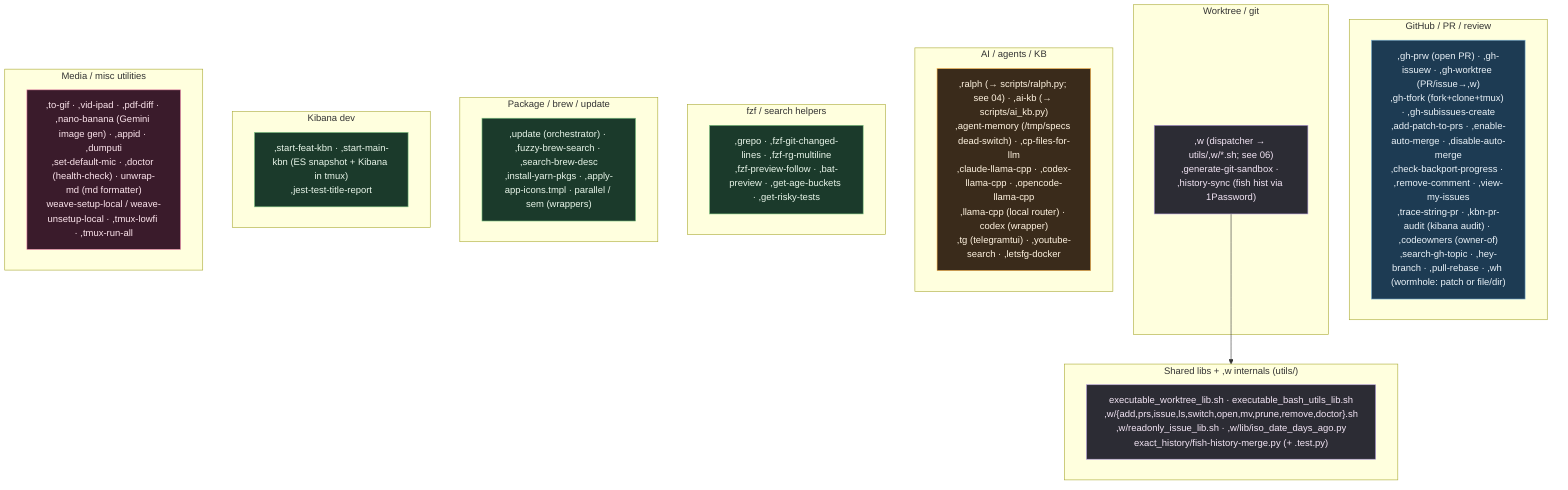
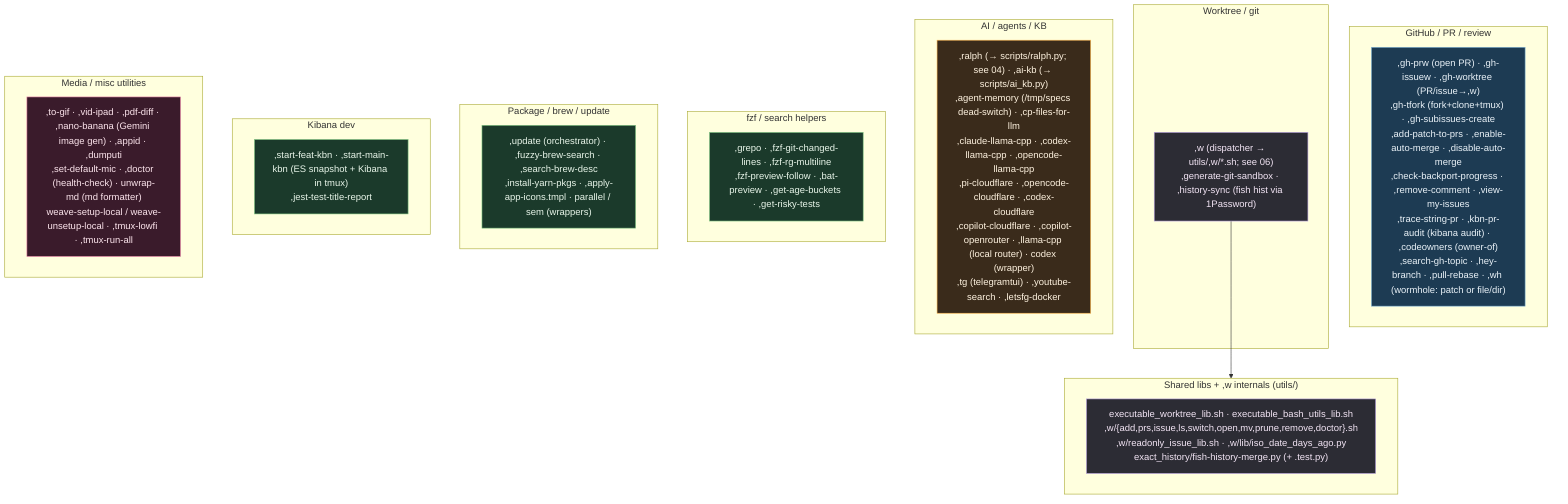
%% ============================================================================
- %% 07c-bin-commands.mmd — Every script in home/exact_bin/ (80 incl. utils).
+ %% 07c-bin-commands.mmd — Every script in home/exact_bin/ (85 incl. utils).
%% executable_,* → ~/bin/,* (comma-prefixed user commands). verify-bin-surface
%% keeps each command covered by fish completions, docs, and this catalog.
%% ============================================================================
flowchart TB
    classDef gh fill:#1d3b53,stroke:#7fb3d5,color:#eaf2f8;
    classDef wt fill:#2c2c34,stroke:#b39ddb,color:#f3e5f5;
    classDef ai fill:#3a2b1b,stroke:#ffb74d,color:#fff3e0;
    classDef media fill:#3a1b2b,stroke:#f48fb1,color:#fce4ec;
    classDef sys fill:#1b3a2b,stroke:#81c784,color:#e8f5e9;

    subgraph GHC["GitHub / PR / review"]
        G[",gh-prw (open PR) · ,gh-issuew · ,gh-worktree (PR/issue→,w)<br/>,gh-tfork (fork+clone+tmux) · ,gh-subissues-create<br/>,add-patch-to-prs · ,enable-auto-merge · ,disable-auto-merge<br/>,check-backport-progress · ,remove-comment · ,view-my-issues<br/>,trace-string-pr · ,kbn-pr-audit (kibana audit) · ,codeowners (owner-of)<br/>,search-gh-topic · ,hey-branch · ,pull-rebase · ,wh (wormhole: patch or file/dir)"]:::gh
    end

    subgraph WTC["Worktree / git"]
        W[",w (dispatcher → utils/,w/*.sh; see 06)<br/>,generate-git-sandbox · ,history-sync (fish hist via 1Password)"]:::wt
    end

    subgraph AIC["AI / agents / KB"]
-         A[",ralph (→ scripts/ralph.py; see 04) · ,ai-kb (→ scripts/ai_kb.py)<br/>,agent-memory (/tmp/specs dead-switch) · ,cp-files-for-llm<br/>,claude-llama-cpp · ,codex-llama-cpp · ,opencode-llama-cpp<br/>,llama-cpp (local router) · codex (wrapper)<br/>,tg (telegramtui) · ,youtube-search · ,letsfg-docker"]:::ai
+         A[",ralph (→ scripts/ralph.py; see 04) · ,ai-kb (→ scripts/ai_kb.py)<br/>,agent-memory (/tmp/specs dead-switch) · ,cp-files-for-llm<br/>,claude-llama-cpp · ,codex-llama-cpp · ,opencode-llama-cpp<br/>,pi-cloudflare · ,opencode-cloudflare · ,codex-cloudflare<br/>,copilot-cloudflare · ,copilot-openrouter · ,llama-cpp (local router) · codex (wrapper)<br/>,tg (telegramtui) · ,youtube-search · ,letsfg-docker"]:::ai
    end

    subgraph FZFC["fzf / search helpers"]
        F[",grepo · ,fzf-git-changed-lines · ,fzf-rg-multiline<br/>,fzf-preview-follow · ,bat-preview · ,get-age-buckets · ,get-risky-tests"]:::sys
    end

    subgraph PKGC["Package / brew / update"]
        P[",update (orchestrator) · ,fuzzy-brew-search · ,search-brew-desc<br/>,install-yarn-pkgs · ,apply-app-icons.tmpl · parallel / sem (wrappers)"]:::sys
    end

    subgraph KBNC["Kibana dev"]
        K[",start-feat-kbn · ,start-main-kbn (ES snapshot + Kibana in tmux)<br/>,jest-test-title-report"]:::sys
    end

    subgraph MEDIA["Media / misc utilities"]
        M[",to-gif · ,vid-ipad · ,pdf-diff · ,nano-banana (Gemini image gen) · ,appid · ,dumputi<br/>,set-default-mic · ,doctor (health-check) · unwrap-md (md formatter)<br/>weave-setup-local / weave-unsetup-local · ,tmux-lowfi · ,tmux-run-all"]:::media
    end

    subgraph LIBS["Shared libs + ,w internals (utils/)"]
        L["executable_worktree_lib.sh · executable_bash_utils_lib.sh<br/>,w/{add,prs,issue,ls,switch,open,mv,prune,remove,doctor}.sh<br/>,w/readonly_issue_lib.sh · ,w/lib/iso_date_days_ago.py<br/>exact_history/fish-history-merge.py (+ .test.py)"]:::wt
    end
    W --> LIBS
